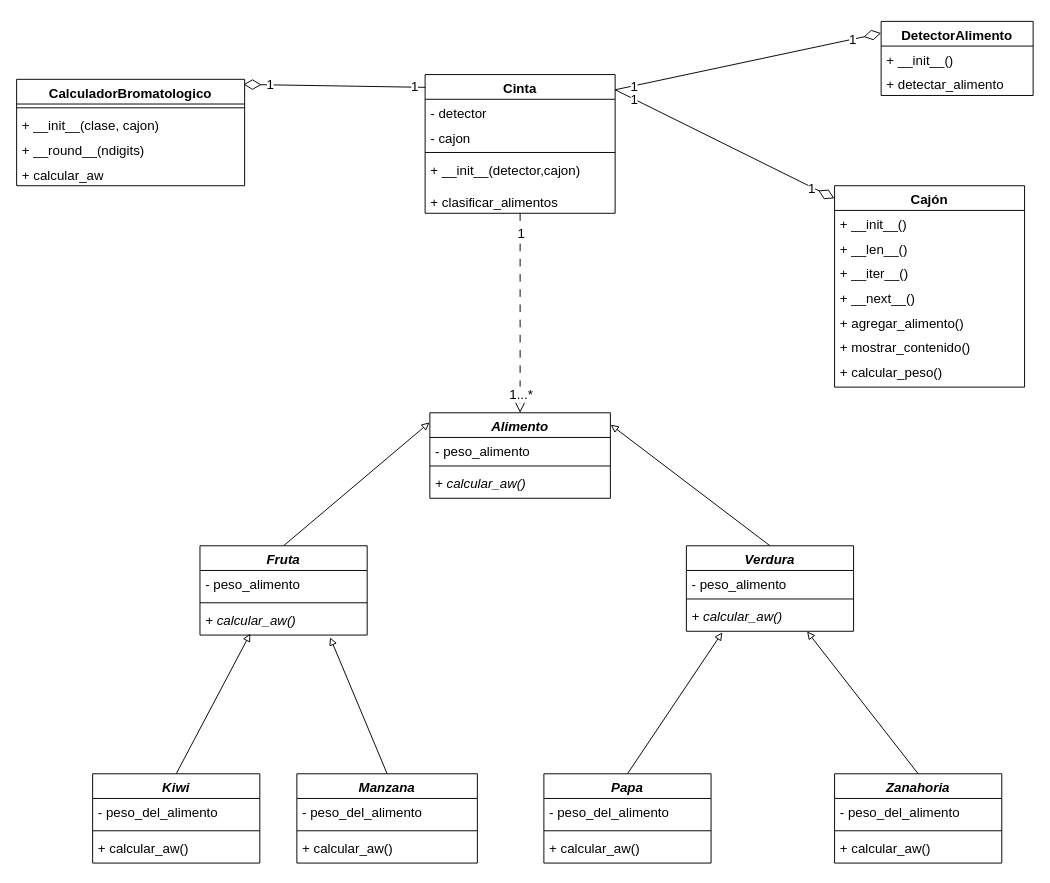
Earlier version of the draw.io diagram TrabajoPractico_2/proyecto2/docs/diagrama_UML_p2.drawio (FelipeCarrozzo/prog_avanzada). Source tidied: cells renumbered, new cells numbered last; positions are measured from the earlier drawing's top-left corner, leaving out a move shared by most shapes. Both pictures are drawn from the tidied source at 95%, with x=0, y=0 at pixel (16, 21).
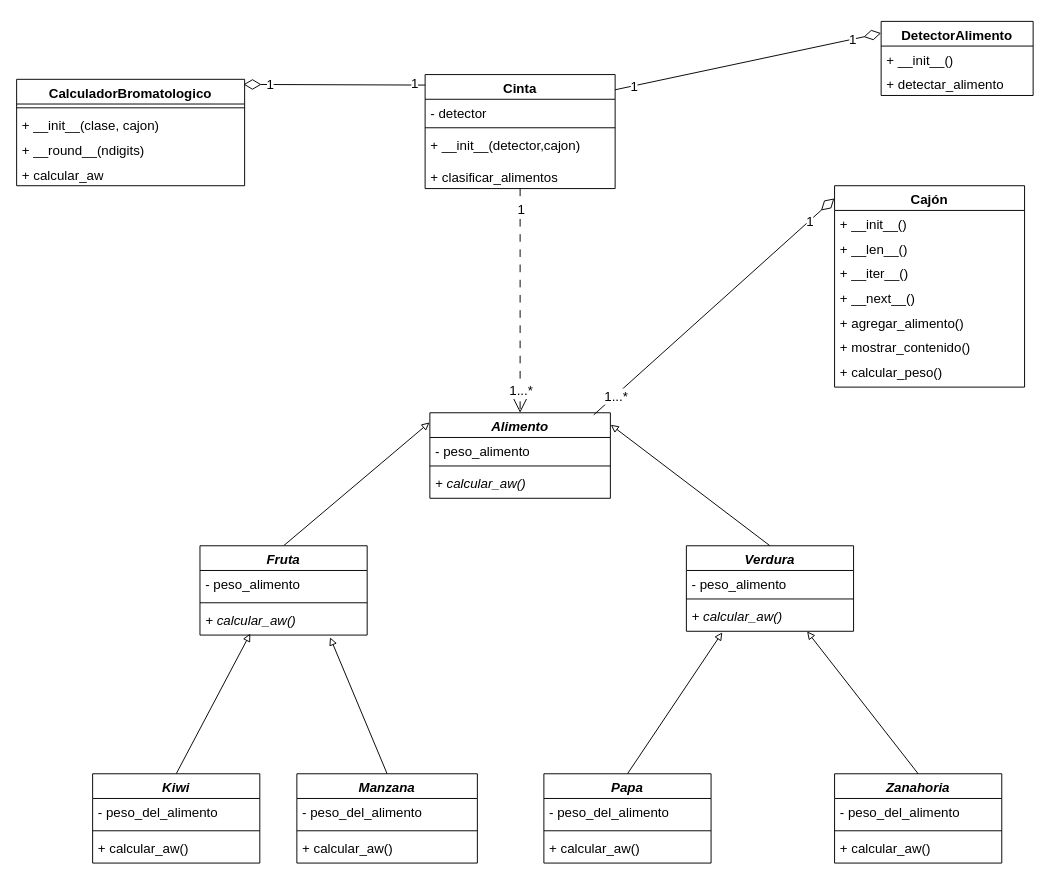
The same diagram, later.

The change refers to these unchanged cells:
```xml
<mxCell id="38" value="&lt;i&gt;&lt;font style=&quot;color: rgb(0, 0, 0);&quot;&gt;Alimento&lt;/font&gt;&lt;/i&gt;" style="swimlane;fontStyle=1;align=center;verticalAlign=top;horizontal=1;startSize=26;whiteSpace=wrap;html=1;fontSize=14;" parent="1" vertex="1">
  <mxGeometry x="435" y="412" width="190" height="90" as="geometry" />
</mxCell>
<mxCell id="52" value="Cajón" style="swimlane;fontStyle=1;align=center;verticalAlign=top;horizontal=1;startSize=26;whiteSpace=wrap;html=1;fontSize=14;" parent="1" vertex="1">
  <mxGeometry x="861" y="173" width="200" height="212" as="geometry" />
</mxCell>
```

Change to the diagram source:
```diff
@@
     <mxCell id="5" value="Cinta" style="swimlane;fontStyle=1;align=center;verticalAlign=top;horizontal=1;startSize=26;whiteSpace=wrap;html=1;fontSize=14;" parent="1" vertex="1">
-      <mxGeometry x="430" y="56" width="200" height="146" as="geometry" />
+      <mxGeometry x="430" y="56" width="200" height="120" as="geometry" />
     </mxCell>
@@
-    <mxCell id="7" value="- cajon" style="text;strokeColor=none;fillColor=none;align=left;verticalAlign=top;spacingLeft=4;spacingRight=4;overflow=hidden;whiteSpace=wrap;html=1;fontSize=14;" parent="5" vertex="1">
-      <mxGeometry y="52" width="200" height="26" as="geometry" />
-    </mxCell>
     <mxCell id="8" style="line;strokeWidth=1;fillColor=none;align=left;verticalAlign=middle;spacingTop=-1;spacingLeft=3;spacingRight=3;labelPosition=right;strokeColor=inherit;fontSize=14;" parent="5" vertex="1">
-      <mxGeometry y="78" width="200" height="8" as="geometry" />
+      <mxGeometry y="52" width="200" height="8" as="geometry" />
     </mxCell>
     <mxCell id="9" value="+ __init__(detector,cajon)" style="text;strokeColor=none;fillColor=none;align=left;verticalAlign=top;spacingLeft=4;spacingRight=4;overflow=hidden;whiteSpace=wrap;html=1;fontSize=14;" parent="5" vertex="1">
-      <mxGeometry y="86" width="200" height="34" as="geometry" />
+      <mxGeometry y="60" width="200" height="34" as="geometry" />
     </mxCell>
     <mxCell id="10" value="+ clasificar_alimentos" style="text;strokeColor=none;fillColor=none;align=left;verticalAlign=top;spacingLeft=4;spacingRight=4;overflow=hidden;whiteSpace=wrap;html=1;fontSize=14;" parent="5" vertex="1">
-      <mxGeometry y="120" width="200" height="26" as="geometry" />
+      <mxGeometry y="94" width="200" height="26" as="geometry" />
     </mxCell>
@@
-    <mxCell id="64" style="rounded=0;jettySize=auto;html=1;startArrow=none;startFill=0;endArrow=diamondThin;startSize=4;endFill=0;endSize=16;entryX=-0.001;entryY=0.063;entryDx=0;entryDy=0;entryPerimeter=0;fontSize=14;" parent="1" edge="1" target="52">
-      <mxGeometry relative="1" as="geometry">
-        <mxPoint x="630" y="72" as="sourcePoint" />
-      </mxGeometry>
+    <mxCell id="64" style="rounded=0;jettySize=auto;html=1;startArrow=none;startFill=0;endArrow=diamondThin;startSize=4;endFill=0;endSize=16;entryX=-0.001;entryY=0.063;entryDx=0;entryDy=0;entryPerimeter=0;fontSize=14;exitX=0.908;exitY=0.024;exitDx=0;exitDy=0;exitPerimeter=0;" parent="1" edge="1" source="38" target="52">
+      <mxGeometry relative="1" as="geometry" />
     </mxCell>
-    <mxCell id="65" value="1" style="edgeLabel;html=1;align=center;verticalAlign=middle;fontSize=14;" parent="64" vertex="1">
-      <mxGeometry x="-0.83" relative="1" as="geometry" />
+    <mxCell id="65" value="1...*" style="edgeLabel;html=1;align=center;verticalAlign=middle;fontSize=14;" parent="64" vertex="1">
+      <mxGeometry x="-0.83" relative="1" as="geometry">
+        <mxPoint x="1" as="offset" />
+      </mxGeometry>
     </mxCell>
```
